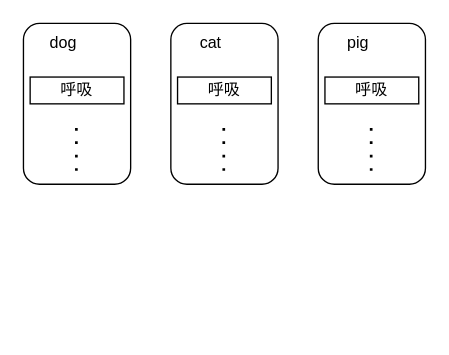
DingDongZz/typera_PicGO keeps this draw.io diagram as DrawIO_file/流程图/组合设计模式.drawio. Above is the earlier version. Source tidied: cells renumbered, new cells numbered last; positions are measured from the earlier drawing's top-left corner, leaving out a move shared by most shapes. Both pictures are drawn from the tidied source at 134%, with x=0, y=0 at pixel (23, 23).
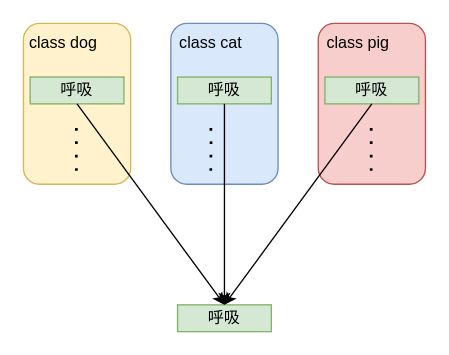
The same diagram, later.

Commit message (it also covers changes not shown here):
更新组合设计模式.drawio

Diff of the diagram source:
```diff
@@
-    <mxCell id="2" style="rounded=1;whiteSpace=wrap;html=1;" parent="1" vertex="1">
+    <mxCell id="2" style="rounded=1;whiteSpace=wrap;html=1;fillColor=#fff2cc;strokeColor=#d6b656;" parent="1" vertex="1">
       <mxGeometry width="80" height="120" as="geometry" />
     </mxCell>
-    <mxCell id="3" style="rounded=1;whiteSpace=wrap;html=1;" parent="1" vertex="1">
+    <mxCell id="3" style="rounded=1;whiteSpace=wrap;html=1;fillColor=#dae8fc;strokeColor=#6c8ebf;" parent="1" vertex="1">
       <mxGeometry x="110" width="80" height="120" as="geometry" />
     </mxCell>
-    <mxCell id="4" style="rounded=1;whiteSpace=wrap;html=1;" parent="1" vertex="1">
+    <mxCell id="4" style="rounded=1;whiteSpace=wrap;html=1;fillColor=#f8cecc;strokeColor=#b85450;" parent="1" vertex="1">
       <mxGeometry x="220" width="80" height="120" as="geometry" />
     </mxCell>
-    <mxCell id="5" value="dog" style="text;html=1;align=center;verticalAlign=middle;whiteSpace=wrap;rounded=0;" parent="1" vertex="1">
+    <mxCell id="5" value="class dog" style="text;html=1;align=center;verticalAlign=middle;whiteSpace=wrap;rounded=0;" parent="1" vertex="1">
       <mxGeometry width="60" height="30" as="geometry" />
     </mxCell>
-    <mxCell id="6" value="cat" style="text;html=1;align=center;verticalAlign=middle;whiteSpace=wrap;rounded=0;" parent="1" vertex="1">
+    <mxCell id="6" value="class cat" style="text;html=1;align=center;verticalAlign=middle;whiteSpace=wrap;rounded=0;" parent="1" vertex="1">
       <mxGeometry x="110" width="60" height="30" as="geometry" />
     </mxCell>
-    <mxCell id="7" value="pig" style="text;html=1;align=center;verticalAlign=middle;whiteSpace=wrap;rounded=0;" parent="1" vertex="1">
+    <mxCell id="7" value="class pig" style="text;html=1;align=center;verticalAlign=middle;whiteSpace=wrap;rounded=0;" parent="1" vertex="1">
       <mxGeometry x="220" width="60" height="30" as="geometry" />
     </mxCell>
-    <mxCell id="8" value="呼吸" style="rounded=0;whiteSpace=wrap;html=1;" parent="1" vertex="1">
+    <mxCell id="8" value="呼吸" style="rounded=0;whiteSpace=wrap;html=1;fillColor=#d5e8d4;strokeColor=#82b366;" parent="1" vertex="1">
       <mxGeometry x="5" y="40" width="70" height="20" as="geometry" />
     </mxCell>
-    <mxCell id="9" value="呼吸" style="rounded=0;whiteSpace=wrap;html=1;" parent="1" vertex="1">
+    <mxCell id="9" value="呼吸" style="rounded=0;whiteSpace=wrap;html=1;fillColor=#d5e8d4;strokeColor=#82b366;" parent="1" vertex="1">
       <mxGeometry x="115" y="40" width="70" height="20" as="geometry" />
     </mxCell>
-    <mxCell id="10" value="呼吸" style="rounded=0;whiteSpace=wrap;html=1;" parent="1" vertex="1">
+    <mxCell id="10" value="呼吸" style="rounded=0;whiteSpace=wrap;html=1;fillColor=#d5e8d4;strokeColor=#82b366;" parent="1" vertex="1">
       <mxGeometry x="225" y="40" width="70" height="20" as="geometry" />
     </mxCell>
@@
     <mxCell id="12" style="endArrow=none;dashed=1;html=1;rounded=0;dashPattern=1 4;strokeWidth=2;" parent="1" edge="1">
       <mxGeometry relative="1" as="geometry">
-        <mxPoint x="149.5" y="110" as="sourcePoint" />
-        <mxPoint x="149.5" y="70" as="targetPoint" />
+        <mxPoint x="139.8" y="110" as="sourcePoint" />
+        <mxPoint x="139.8" y="70" as="targetPoint" />
+        <Array as="points">
+          <mxPoint x="140" y="90" />
+        </Array>
       </mxGeometry>
     </mxCell>
@@
+    <mxCell id="14" value="呼吸" style="rounded=0;whiteSpace=wrap;html=1;fillColor=#d5e8d4;strokeColor=#82b366;" parent="1" vertex="1">
+      <mxGeometry x="115" y="210" width="70" height="20" as="geometry" />
+    </mxCell>
+    <mxCell id="15" style="endArrow=classic;html=1;rounded=0;exitX=0.5;exitY=1;exitDx=0;exitDy=0;entryX=0.5;entryY=0;entryDx=0;entryDy=0;" parent="1" edge="1" source="8" target="14">
+      <mxGeometry relative="1" as="geometry" />
+    </mxCell>
+    <mxCell id="16" style="endArrow=classic;html=1;rounded=0;exitX=0.5;exitY=1;exitDx=0;exitDy=0;entryX=0.5;entryY=0;entryDx=0;entryDy=0;" parent="1" edge="1" source="10" target="14">
+      <mxGeometry relative="1" as="geometry" />
+    </mxCell>
+    <mxCell id="17" style="endArrow=classic;html=1;rounded=0;exitX=0.5;exitY=1;exitDx=0;exitDy=0;entryX=0.5;entryY=0;entryDx=0;entryDy=0;" parent="1" edge="1">
+      <mxGeometry relative="1" as="geometry">
+        <mxPoint x="150" y="60" as="sourcePoint" />
+        <mxPoint x="150" y="210" as="targetPoint" />
+      </mxGeometry>
+    </mxCell>
```
